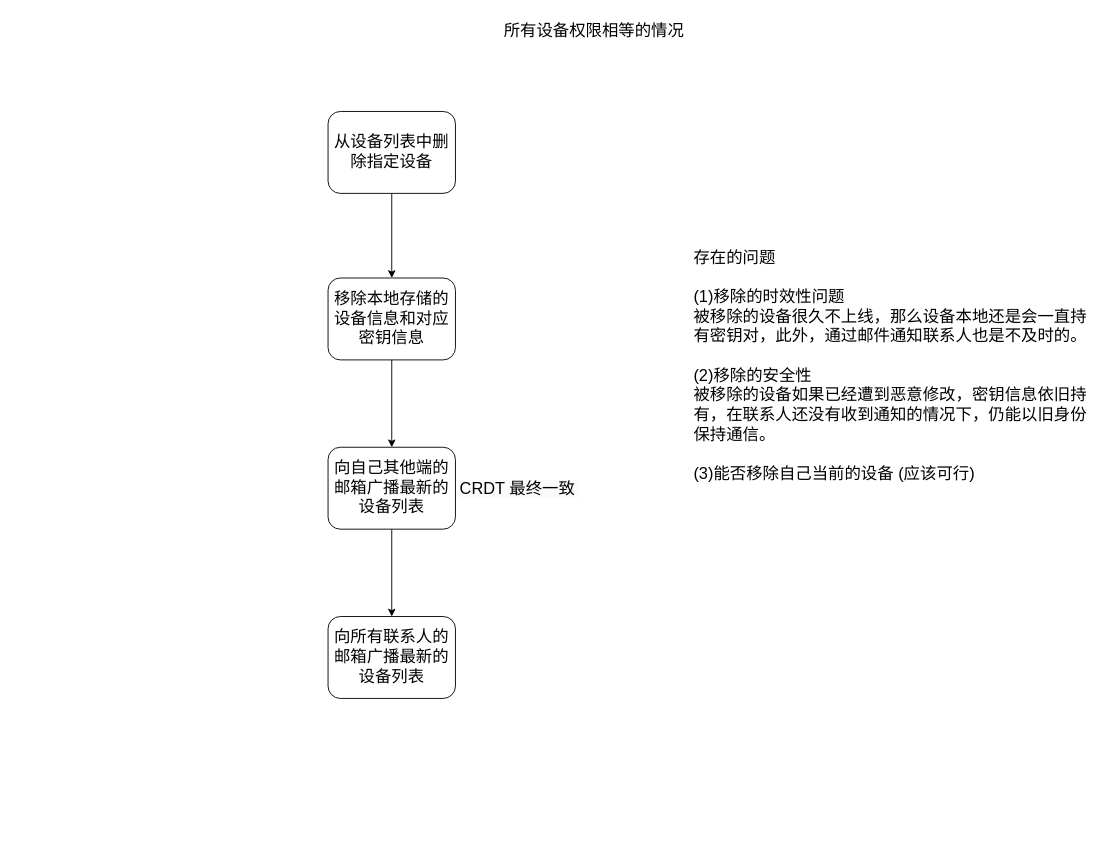
The draw.io diagram page "第 14 页" (14 of 14) of src/main/java/Untitled Diagram.drawio in fiking1984/packetAnalyze, before the edit. Source tidied: cells renumbered, new cells numbered last; positions are measured from the earlier drawing's top-left corner, leaving out a move shared by most shapes. Both pictures are drawn from the tidied source at 91%, with x=0, y=0 at pixel (328, 15).
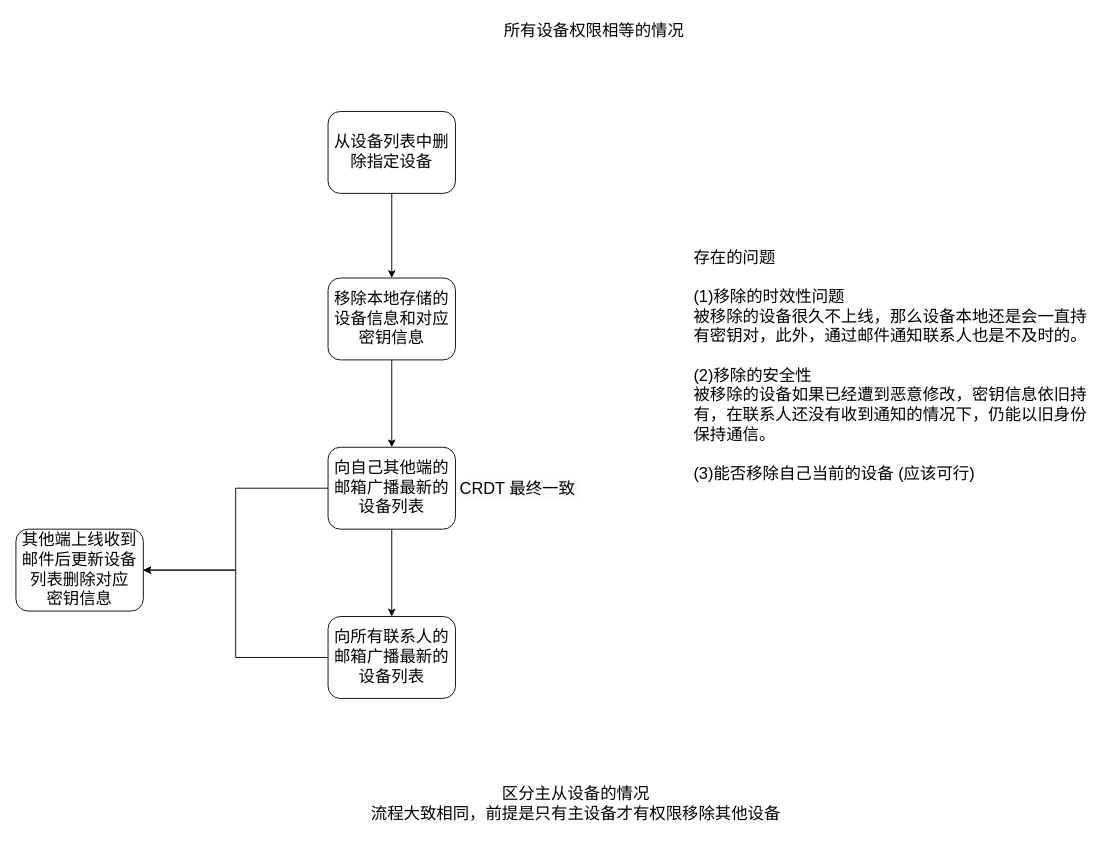
After the change.

Change to the diagram source:
```diff
@@
 <mxGraphModel>
   <root>
     <mxCell id="0" />
     <mxCell id="1" parent="0" />
     <mxCell id="2" style="edgeStyle=orthogonalEdgeStyle;rounded=0;jettySize=auto;html=1;" parent="1" edge="1" source="3" target="8">
       <mxGeometry relative="1" as="geometry" />
     </mxCell>
     <mxCell id="3" value="&lt;font style=&quot;font-size: 18px;&quot;&gt;从设备列表中删除指定设备&lt;/font&gt;" style="rounded=1;whiteSpace=wrap;html=1;" parent="1" vertex="1">
       <mxGeometry y="105" width="140" height="90" as="geometry" />
     </mxCell>
+    <mxCell id="12" style="edgeStyle=orthogonalEdgeStyle;rounded=0;jettySize=auto;html=1;entryX=1;entryY=0.5;entryDx=0;entryDy=0;" parent="1" edge="1" source="4" target="15">
+      <mxGeometry relative="1" as="geometry" />
+    </mxCell>
     <mxCell id="4" value="&lt;font style=&quot;font-size: 18px;&quot;&gt;向所有联系人的邮箱广播最新的设备列表&lt;/font&gt;" style="rounded=1;whiteSpace=wrap;html=1;" parent="1" vertex="1">
       <mxGeometry y="660" width="140" height="90" as="geometry" />
     </mxCell>
     <mxCell id="5" style="edgeStyle=orthogonalEdgeStyle;rounded=0;jettySize=auto;html=1;" parent="1" edge="1" source="6" target="4">
       <mxGeometry relative="1" as="geometry" />
     </mxCell>
+    <mxCell id="13" style="edgeStyle=orthogonalEdgeStyle;rounded=0;jettySize=auto;html=1;entryX=1;entryY=0.5;entryDx=0;entryDy=0;" parent="1" edge="1" source="6" target="15">
+      <mxGeometry relative="1" as="geometry" />
+    </mxCell>
     <mxCell id="6" value="&lt;font style=&quot;font-size: 18px;&quot;&gt;向自己其他端的邮箱广播最新的设备列表&lt;/font&gt;" style="rounded=1;whiteSpace=wrap;html=1;" parent="1" vertex="1">
       <mxGeometry y="474" width="140" height="90" as="geometry" />
     </mxCell>
     <mxCell id="7" style="edgeStyle=orthogonalEdgeStyle;rounded=0;jettySize=auto;html=1;" parent="1" edge="1" source="8" target="6">
       <mxGeometry relative="1" as="geometry" />
     </mxCell>
     <mxCell id="8" value="&lt;font style=&quot;font-size: 18px;&quot;&gt;移除本地存储的设备信息和对应密钥信息&lt;/font&gt;" style="rounded=1;whiteSpace=wrap;html=1;" parent="1" vertex="1">
       <mxGeometry y="288" width="140" height="90" as="geometry" />
     </mxCell>
     <mxCell id="9" value="&lt;font style=&quot;font-size: 18px;&quot;&gt;所有设备权限相等的情况&lt;/font&gt;" style="text;html=1;align=center;verticalAlign=middle;strokeColor=none;fillColor=none;" parent="1" vertex="1">
       <mxGeometry x="184" width="216" height="34" as="geometry" />
     </mxCell>
     <mxCell id="10" value="&lt;span style=&quot;color: rgb(0, 0, 0); font-family: Helvetica; font-size: 18px; font-style: normal; font-variant-ligatures: normal; font-variant-caps: normal; font-weight: 400; letter-spacing: normal; orphans: 2; text-align: center; text-indent: 0px; text-transform: none; widows: 2; word-spacing: 0px; -webkit-text-stroke-width: 0px; background-color: rgb(251, 251, 251); text-decoration-thickness: initial; text-decoration-style: initial; text-decoration-color: initial; float: none; display: inline !important;&quot;&gt;CRDT 最终一致&amp;nbsp;&lt;/span&gt;" style="text;whiteSpace=wrap;html=1;" parent="1" vertex="1">
       <mxGeometry x="143" y="503" width="360" height="50" as="geometry" />
     </mxCell>
     <mxCell id="11" value="&lt;font style=&quot;font-size: 18px;&quot;&gt;存在的问题&lt;br&gt;&lt;br&gt;(1)移除的时效性问题&lt;br&gt;被移除的设备很久不上线，那么设备本地还是会一直持有密钥对，此外，通过邮件通知联系人也是不及时的。&lt;br&gt;&lt;br&gt;(2)移除的安全性&lt;br&gt;被移除的设备如果已经遭到恶意修改，密钥信息依旧持有，在联系人还没有收到通知的情况下，仍能以旧身份保持通信。&lt;br&gt;&lt;br&gt;(3)能否移除自己当前的设备 (应该可行)&lt;br style=&quot;border-color: var(--border-color);&quot;&gt;&lt;/font&gt;" style="text;html=1;strokeColor=none;fillColor=none;align=left;verticalAlign=middle;whiteSpace=wrap;rounded=0;" parent="1" vertex="1">
       <mxGeometry x="400" y="170" width="440" height="430" as="geometry" />
     </mxCell>
+    <mxCell id="14" value="&lt;span style=&quot;font-size: 18px;&quot;&gt;区分主从设备的情况&lt;br&gt;流程大致相同，前提是只有主设备才有权限移除其他设备&lt;br&gt;&lt;/span&gt;" style="text;html=1;align=center;verticalAlign=middle;strokeColor=none;fillColor=none;" parent="1" vertex="1">
+      <mxGeometry x="38" y="838" width="468" height="55" as="geometry" />
+    </mxCell>
+    <mxCell id="15" value="&lt;span style=&quot;font-size: 18px;&quot;&gt;其他端上线收到邮件后更新设备列表删除对应&lt;br&gt;密钥信息&lt;/span&gt;" style="rounded=1;whiteSpace=wrap;html=1;" parent="1" vertex="1">
+      <mxGeometry x="-343" y="564" width="140" height="90" as="geometry" />
+    </mxCell>
   </root>
 </mxGraphModel>
```
